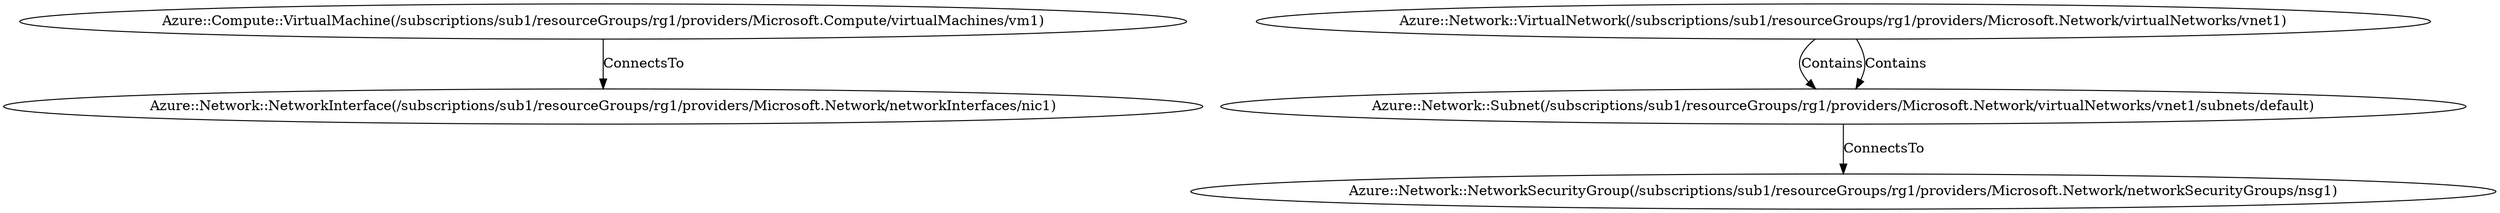
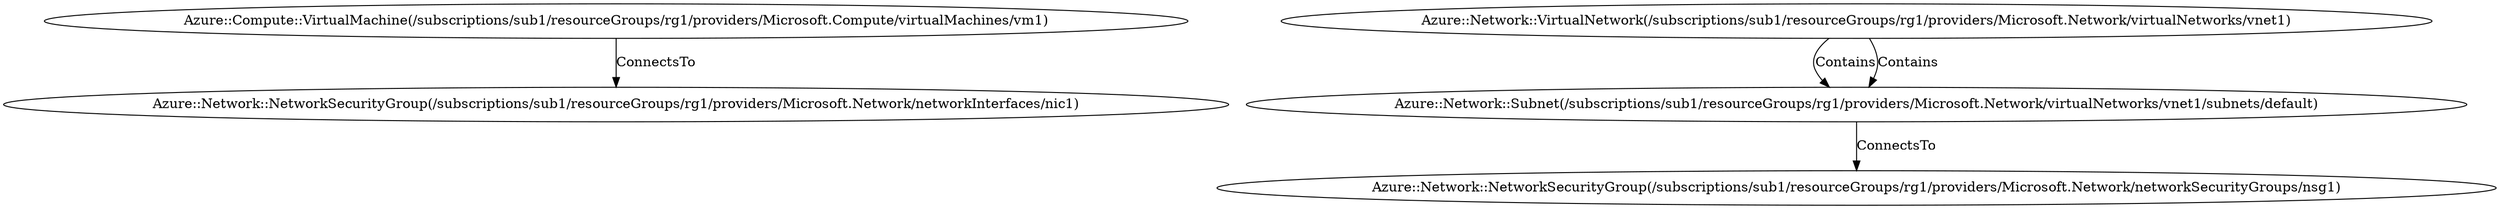
digraph {
    0 [ label = "Azure::Compute::VirtualMachine(/subscriptions/sub1/resourceGroups/rg1/providers/Microsoft.Compute/virtualMachines/vm1)" ]
-     1 [ label = "Azure::Network::NetworkInterface(/subscriptions/sub1/resourceGroups/rg1/providers/Microsoft.Network/networkInterfaces/nic1)" ]
+     1 [ label = "Azure::Network::NetworkSecurityGroup(/subscriptions/sub1/resourceGroups/rg1/providers/Microsoft.Network/networkInterfaces/nic1)" ]
    2 [ label = "Azure::Network::VirtualNetwork(/subscriptions/sub1/resourceGroups/rg1/providers/Microsoft.Network/virtualNetworks/vnet1)" ]
    3 [ label = "Azure::Network::Subnet(/subscriptions/sub1/resourceGroups/rg1/providers/Microsoft.Network/virtualNetworks/vnet1/subnets/default)" ]
    4 [ label = "Azure::Network::NetworkSecurityGroup(/subscriptions/sub1/resourceGroups/rg1/providers/Microsoft.Network/networkSecurityGroups/nsg1)" ]
    0 -> 1 [ label = "ConnectsTo" ]
    2 -> 3 [ label = "Contains" ]
    2 -> 3 [ label = "Contains" ]
    3 -> 4 [ label = "ConnectsTo" ]
}
